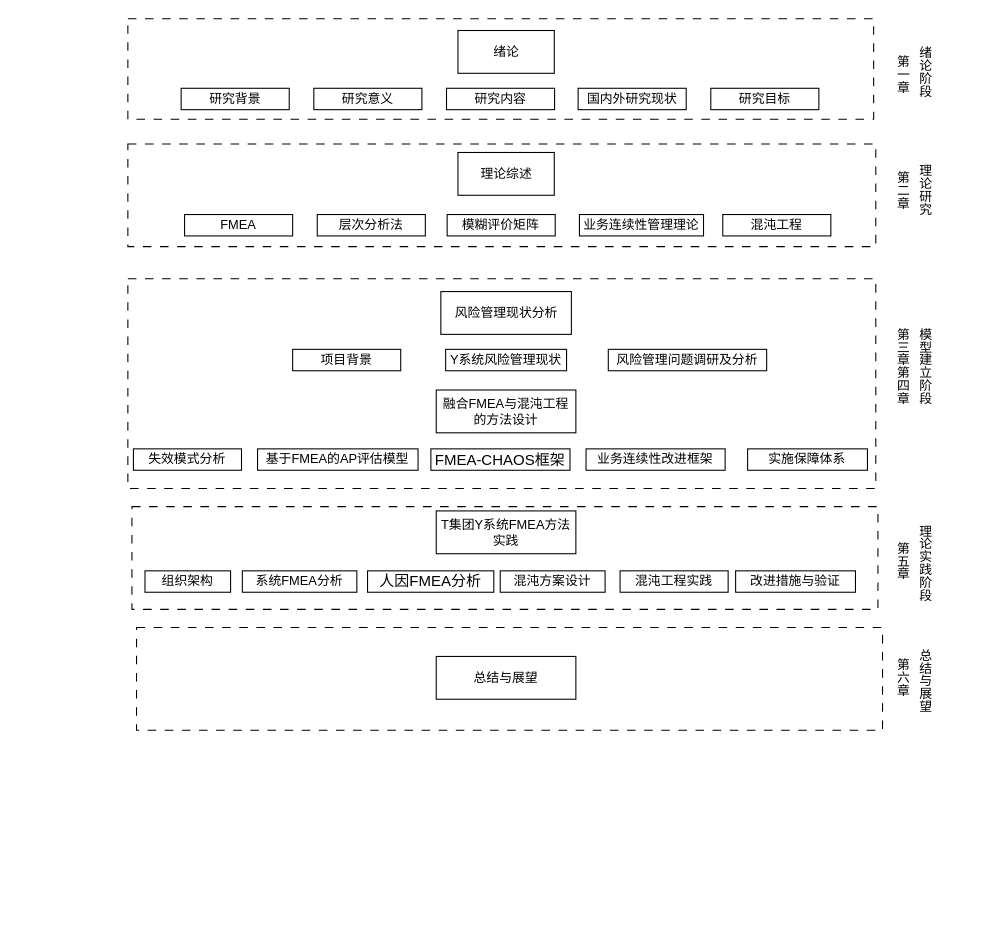
Earlier version of the draw.io diagram 论文内容结构图.drawio (89ao/rss2cubox). Source tidied: cells renumbered, new cells numbered last; positions are measured from the earlier drawing's top-left corner, leaving out a move shared by most shapes. Both pictures are drawn from the tidied source at 107%, with x=0, y=0 at pixel (127, 18).
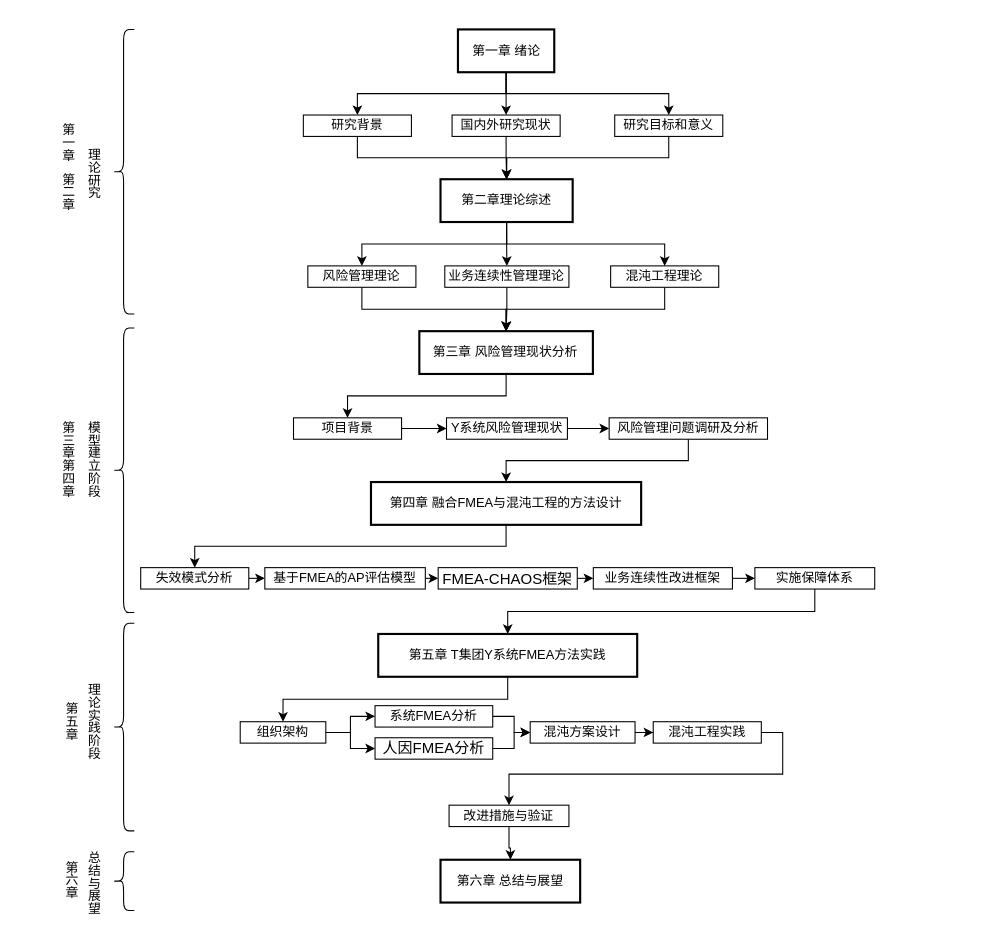
The same page after the edit.

Commit message (it also covers changes not shown here):
更新论文内容结构图.drawio

Diff of the diagram source:
```diff
@@
-    <mxCell id="2" style="verticalLabelPosition=bottom;verticalAlign=top;html=1;shape=mxgraph.basic.rect;fillColor2=none;strokeWidth=1;size=20;indent=5;dashed=1;dashPattern=8 8;" parent="1" vertex="1">
-      <mxGeometry x="8.1" y="569" width="697.2" height="96" as="geometry" />
-    </mxCell>
-    <mxCell id="3" style="verticalLabelPosition=bottom;verticalAlign=top;html=1;shape=mxgraph.basic.rect;fillColor2=none;strokeWidth=1;size=20;indent=5;dashed=1;dashPattern=8 8;" parent="1" vertex="1">
-      <mxGeometry x="3.8" y="456" width="697.2" height="96" as="geometry" />
-    </mxCell>
-    <mxCell id="4" style="verticalLabelPosition=bottom;verticalAlign=top;html=1;shape=mxgraph.basic.rect;fillColor2=none;strokeWidth=1;size=20;indent=5;dashed=1;dashPattern=8 8;" parent="1" vertex="1">
-      <mxGeometry y="243" width="699" height="196" as="geometry" />
-    </mxCell>
-    <mxCell id="5" style="verticalLabelPosition=bottom;verticalAlign=top;html=1;shape=mxgraph.basic.rect;fillColor2=none;strokeWidth=1;size=20;indent=5;dashed=1;dashPattern=8 8;" parent="1" vertex="1">
-      <mxGeometry y="117" width="699" height="96" as="geometry" />
-    </mxCell>
-    <mxCell id="6" style="verticalLabelPosition=bottom;verticalAlign=top;html=1;shape=mxgraph.basic.rect;fillColor2=none;strokeWidth=1;size=20;indent=5;dashed=1;dashPattern=8 8;" parent="1" vertex="1">
-      <mxGeometry width="697" height="94" as="geometry" />
-    </mxCell>
+    <mxCell id="47" style="edgeStyle=orthogonalEdgeStyle;rounded=0;jettySize=auto;html=1;exitX=0.5;exitY=1;exitDx=0;exitDy=0;entryX=0.5;entryY=0;entryDx=0;entryDy=0;" parent="1" edge="1" source="7" target="10">
+      <mxGeometry relative="1" as="geometry" />
+    </mxCell>
+    <mxCell id="48" style="edgeStyle=orthogonalEdgeStyle;rounded=0;jettySize=auto;html=1;exitX=0.5;exitY=1;exitDx=0;exitDy=0;entryX=0.5;entryY=0;entryDx=0;entryDy=0;" parent="1" edge="1" source="7" target="8">
+      <mxGeometry relative="1" as="geometry" />
+    </mxCell>
+    <mxCell id="49" style="edgeStyle=orthogonalEdgeStyle;rounded=0;jettySize=auto;html=1;exitX=0.5;exitY=1;exitDx=0;exitDy=0;entryX=0.5;entryY=0;entryDx=0;entryDy=0;" parent="1" edge="1" source="7" target="12">
+      <mxGeometry relative="1" as="geometry" />
+    </mxCell>
-    <mxCell id="7" value="绪论" style="rounded=0;whiteSpace=wrap;html=1;" parent="1" vertex="1">
-      <mxGeometry x="308.5" y="11" width="90" height="40" as="geometry" />
+    <mxCell id="7" value="第一章 绪论" style="rounded=0;whiteSpace=wrap;html=1;strokeWidth=2;" parent="1" vertex="1">
+      <mxGeometry x="308.5" y="10" width="90" height="40" as="geometry" />
     </mxCell>
+    <mxCell id="50" style="edgeStyle=orthogonalEdgeStyle;rounded=0;jettySize=auto;html=1;exitX=0.5;exitY=1;exitDx=0;exitDy=0;entryX=0.5;entryY=0;entryDx=0;entryDy=0;" parent="1" edge="1" source="8" target="23">
+      <mxGeometry relative="1" as="geometry" />
+    </mxCell>
     <mxCell id="8" value="研究背景" style="rounded=0;whiteSpace=wrap;html=1;" parent="1" vertex="1">
-      <mxGeometry x="49.8" y="65" width="101" height="20" as="geometry" />
+      <mxGeometry x="164" y="90" width="101" height="20" as="geometry" />
     </mxCell>
-    <mxCell id="9" value="研究意义" style="rounded=0;whiteSpace=wrap;html=1;" parent="1" vertex="1">
-      <mxGeometry x="173.8" y="65" width="101" height="20" as="geometry" />
-    </mxCell>
+    <mxCell id="51" style="edgeStyle=orthogonalEdgeStyle;rounded=0;jettySize=auto;html=1;exitX=0.5;exitY=1;exitDx=0;exitDy=0;entryX=0.5;entryY=0;entryDx=0;entryDy=0;" parent="1" edge="1" source="10" target="23">
+      <mxGeometry relative="1" as="geometry" />
+    </mxCell>
     <mxCell id="10" value="国内外研究现状" style="rounded=0;whiteSpace=wrap;html=1;" parent="1" vertex="1">
-      <mxGeometry x="420.8" y="65" width="101" height="20" as="geometry" />
+      <mxGeometry x="303" y="90" width="101" height="20" as="geometry" />
     </mxCell>
-    <mxCell id="11" value="研究内容" style="rounded=0;whiteSpace=wrap;html=1;" parent="1" vertex="1">
-      <mxGeometry x="297.8" y="65" width="101" height="20" as="geometry" />
-    </mxCell>
+    <mxCell id="52" style="edgeStyle=orthogonalEdgeStyle;rounded=0;jettySize=auto;html=1;exitX=0.5;exitY=1;exitDx=0;exitDy=0;entryX=0.5;entryY=0;entryDx=0;entryDy=0;" parent="1" edge="1" source="12" target="23">
+      <mxGeometry relative="1" as="geometry" />
+    </mxCell>
-    <mxCell id="12" value="研究目标" style="rounded=0;whiteSpace=wrap;html=1;" parent="1" vertex="1">
-      <mxGeometry x="544.8" y="65" width="101" height="20" as="geometry" />
+    <mxCell id="12" value="研究目标和意义" style="rounded=0;whiteSpace=wrap;html=1;" parent="1" vertex="1">
+      <mxGeometry x="455" y="90" width="101" height="20" as="geometry" />
     </mxCell>
     <mxCell id="13" value="第一章" style="text;html=1;align=center;verticalAlign=middle;strokeColor=none;fillColor=none;textDirection=vertical-lr;" parent="1" vertex="1">
-      <mxGeometry x="696" y="49" width="54" height="26" as="geometry" />
+      <mxGeometry x="-84" y="113" width="54" height="26" as="geometry" />
     </mxCell>
-    <mxCell id="14" value="绪论阶段" style="text;html=1;align=center;verticalAlign=middle;strokeColor=none;fillColor=none;textDirection=vertical-lr;" parent="1" vertex="1">
-      <mxGeometry x="711" y="47" width="66" height="26" as="geometry" />
-    </mxCell>
     <mxCell id="15" value="第二章" style="text;html=1;align=center;verticalAlign=middle;strokeColor=none;fillColor=none;textDirection=vertical-lr;" parent="1" vertex="1">
-      <mxGeometry x="696" y="158" width="54" height="26" as="geometry" />
+      <mxGeometry x="-84" y="159" width="54" height="26" as="geometry" />
     </mxCell>
     <mxCell id="16" value="理论研究" style="text;html=1;align=center;verticalAlign=middle;strokeColor=none;fillColor=none;textDirection=vertical-lr;" parent="1" vertex="1">
-      <mxGeometry x="711" y="157" width="66" height="26" as="geometry" />
+      <mxGeometry x="-66" y="142" width="66" height="26" as="geometry" />
     </mxCell>
     <mxCell id="17" value="第三章第四章" style="text;html=1;align=center;verticalAlign=middle;strokeColor=none;fillColor=none;textDirection=vertical-lr;" parent="1" vertex="1">
-      <mxGeometry x="678" y="322" width="90" height="26" as="geometry" />
+      <mxGeometry x="-102" y="409" width="90" height="26" as="geometry" />
     </mxCell>
     <mxCell id="18" value="模型建立阶段" style="text;html=1;align=center;verticalAlign=middle;strokeColor=none;fillColor=none;textDirection=vertical-lr;" parent="1" vertex="1">
-      <mxGeometry x="699" y="322" width="90" height="26" as="geometry" />
+      <mxGeometry x="-78" y="409" width="90" height="26" as="geometry" />
     </mxCell>
     <mxCell id="19" value="第六章" style="text;html=1;align=center;verticalAlign=middle;strokeColor=none;fillColor=none;textDirection=vertical-lr;" parent="1" vertex="1">
-      <mxGeometry x="696" y="613" width="54" height="26" as="geometry" />
+      <mxGeometry x="-81" y="802" width="54" height="26" as="geometry" />
     </mxCell>
     <mxCell id="20" value="总结与展望" style="text;html=1;align=center;verticalAlign=middle;strokeColor=none;fillColor=none;textDirection=vertical-lr;" parent="1" vertex="1">
-      <mxGeometry x="705" y="616" width="78" height="26" as="geometry" />
+      <mxGeometry x="-72" y="805" width="78" height="26" as="geometry" />
     </mxCell>
     <mxCell id="21" value="第五章" style="text;html=1;align=center;verticalAlign=middle;strokeColor=none;fillColor=none;textDirection=vertical-lr;" parent="1" vertex="1">
-      <mxGeometry x="696" y="504" width="54" height="26" as="geometry" />
+      <mxGeometry x="-81" y="654" width="54" height="26" as="geometry" />
     </mxCell>
     <mxCell id="22" value="理论实践阶段" style="text;html=1;align=center;verticalAlign=middle;strokeColor=none;fillColor=none;textDirection=vertical-lr;" parent="1" vertex="1">
-      <mxGeometry x="699" y="506" width="90" height="26" as="geometry" />
+      <mxGeometry x="-78" y="654" width="90" height="26" as="geometry" />
     </mxCell>
+    <mxCell id="53" style="edgeStyle=orthogonalEdgeStyle;rounded=0;jettySize=auto;html=1;exitX=0.5;exitY=1;exitDx=0;exitDy=0;" parent="1" edge="1" source="23" target="27">
+      <mxGeometry relative="1" as="geometry" />
+    </mxCell>
+    <mxCell id="54" style="edgeStyle=orthogonalEdgeStyle;rounded=0;jettySize=auto;html=1;exitX=0.5;exitY=1;exitDx=0;exitDy=0;entryX=0.5;entryY=0;entryDx=0;entryDy=0;" parent="1" edge="1" source="23" target="25">
+      <mxGeometry relative="1" as="geometry" />
+    </mxCell>
+    <mxCell id="55" style="edgeStyle=orthogonalEdgeStyle;rounded=0;jettySize=auto;html=1;exitX=0.5;exitY=1;exitDx=0;exitDy=0;entryX=0.5;entryY=0;entryDx=0;entryDy=0;" parent="1" edge="1" source="23" target="28">
+      <mxGeometry relative="1" as="geometry" />
+    </mxCell>
-    <mxCell id="23" value="理论综述" style="rounded=0;whiteSpace=wrap;html=1;" parent="1" vertex="1">
-      <mxGeometry x="308.5" y="125" width="90" height="40" as="geometry" />
+    <mxCell id="23" value="第二章理论综述" style="rounded=0;whiteSpace=wrap;html=1;strokeWidth=2;" parent="1" vertex="1">
+      <mxGeometry x="292.2" y="150" width="123.5" height="40" as="geometry" />
     </mxCell>
-    <mxCell id="24" value="FMEA" style="rounded=0;whiteSpace=wrap;html=1;" parent="1" vertex="1">
-      <mxGeometry x="53" y="183" width="101" height="20" as="geometry" />
-    </mxCell>
+    <mxCell id="56" style="edgeStyle=orthogonalEdgeStyle;rounded=0;jettySize=auto;html=1;exitX=0.5;exitY=1;exitDx=0;exitDy=0;entryX=0.5;entryY=0;entryDx=0;entryDy=0;" parent="1" edge="1" source="25" target="29">
+      <mxGeometry relative="1" as="geometry" />
+    </mxCell>
-    <mxCell id="25" value="层次分析法" style="rounded=0;whiteSpace=wrap;html=1;" parent="1" vertex="1">
-      <mxGeometry x="177" y="183" width="101" height="20" as="geometry" />
+    <mxCell id="25" value="风险管理理论" style="rounded=0;whiteSpace=wrap;html=1;" parent="1" vertex="1">
+      <mxGeometry x="168.2" y="231" width="101" height="20" as="geometry" />
     </mxCell>
-    <mxCell id="26" value="模糊评价矩阵" style="rounded=0;whiteSpace=wrap;html=1;" parent="1" vertex="1">
-      <mxGeometry x="298.4" y="183" width="101" height="20" as="geometry" />
-    </mxCell>
+    <mxCell id="57" style="edgeStyle=orthogonalEdgeStyle;rounded=0;jettySize=auto;html=1;exitX=0.5;exitY=1;exitDx=0;exitDy=0;" parent="1" edge="1" source="27" target="29">
+      <mxGeometry relative="1" as="geometry" />
+    </mxCell>
     <mxCell id="27" value="业务连续性管理理论" style="rounded=0;whiteSpace=wrap;html=1;" parent="1" vertex="1">
-      <mxGeometry x="422" y="183" width="116" height="20" as="geometry" />
+      <mxGeometry x="296.2" y="231" width="116" height="20" as="geometry" />
     </mxCell>
+    <mxCell id="58" style="edgeStyle=orthogonalEdgeStyle;rounded=0;jettySize=auto;html=1;exitX=0.5;exitY=1;exitDx=0;exitDy=0;" parent="1" edge="1" source="28" target="29">
+      <mxGeometry relative="1" as="geometry" />
+    </mxCell>
-    <mxCell id="28" value="混沌工程" style="rounded=0;whiteSpace=wrap;html=1;" parent="1" vertex="1">
-      <mxGeometry x="556" y="183" width="101" height="20" as="geometry" />
+    <mxCell id="28" value="混沌工程理论" style="rounded=0;whiteSpace=wrap;html=1;" parent="1" vertex="1">
+      <mxGeometry x="451.2" y="231" width="101" height="20" as="geometry" />
     </mxCell>
+    <mxCell id="59" style="edgeStyle=orthogonalEdgeStyle;rounded=0;jettySize=auto;html=1;exitX=0.5;exitY=1;exitDx=0;exitDy=0;" parent="1" edge="1" source="29" target="30">
+      <mxGeometry relative="1" as="geometry" />
+    </mxCell>
-    <mxCell id="29" value="风险管理现状分析" style="rounded=0;whiteSpace=wrap;html=1;" parent="1" vertex="1">
-      <mxGeometry x="292.5" y="255" width="122" height="40" as="geometry" />
+    <mxCell id="29" value="第三章 风险管理现状分析" style="rounded=0;whiteSpace=wrap;html=1;strokeWidth=2;" parent="1" vertex="1">
+      <mxGeometry x="272.4" y="292" width="162.2" height="40" as="geometry" />
     </mxCell>
+    <mxCell id="60" style="edgeStyle=orthogonalEdgeStyle;rounded=0;jettySize=auto;html=1;" parent="1" edge="1" source="30" target="31">
+      <mxGeometry relative="1" as="geometry" />
+    </mxCell>
     <mxCell id="30" value="项目背景" style="rounded=0;whiteSpace=wrap;html=1;" parent="1" vertex="1">
-      <mxGeometry x="154" y="309" width="101" height="20" as="geometry" />
+      <mxGeometry x="154.8" y="373" width="101" height="20" as="geometry" />
     </mxCell>
+    <mxCell id="61" style="edgeStyle=orthogonalEdgeStyle;rounded=0;jettySize=auto;html=1;" parent="1" edge="1" source="31" target="32">
+      <mxGeometry relative="1" as="geometry" />
+    </mxCell>
     <mxCell id="31" value="Y系统风险管理现状" style="rounded=0;whiteSpace=wrap;html=1;" parent="1" vertex="1">
-      <mxGeometry x="297" y="309" width="113" height="20" as="geometry" />
+      <mxGeometry x="297.8" y="373" width="113" height="20" as="geometry" />
     </mxCell>
+    <mxCell id="62" style="edgeStyle=orthogonalEdgeStyle;rounded=0;jettySize=auto;html=1;exitX=0.5;exitY=1;exitDx=0;exitDy=0;" parent="1" edge="1" source="32" target="33">
+      <mxGeometry relative="1" as="geometry" />
+    </mxCell>
     <mxCell id="32" value="风险管理问题调研及分析" style="rounded=0;whiteSpace=wrap;html=1;" parent="1" vertex="1">
-      <mxGeometry x="449" y="309" width="148" height="20" as="geometry" />
+      <mxGeometry x="449.8" y="373" width="148" height="20" as="geometry" />
     </mxCell>
+    <mxCell id="63" style="edgeStyle=orthogonalEdgeStyle;rounded=0;jettySize=auto;html=1;exitX=0.5;exitY=1;exitDx=0;exitDy=0;" parent="1" edge="1" source="33" target="34">
+      <mxGeometry relative="1" as="geometry" />
+    </mxCell>
-    <mxCell id="33" value="融合FMEA与混沌工程的方法设计" style="rounded=0;whiteSpace=wrap;html=1;" parent="1" vertex="1">
-      <mxGeometry x="288.2" y="347" width="130.5" height="40" as="geometry" />
+    <mxCell id="33" value="第四章 融合FMEA与混沌工程的方法设计" style="rounded=0;whiteSpace=wrap;html=1;strokeWidth=2;" parent="1" vertex="1">
+      <mxGeometry x="227.2" y="433" width="252.5" height="40" as="geometry" />
     </mxCell>
+    <mxCell id="64" style="edgeStyle=orthogonalEdgeStyle;rounded=0;jettySize=auto;html=1;exitX=1;exitY=0.5;exitDx=0;exitDy=0;entryX=0;entryY=0.5;entryDx=0;entryDy=0;" parent="1" edge="1" source="34" target="35">
+      <mxGeometry relative="1" as="geometry" />
+    </mxCell>
     <mxCell id="34" value="失效模式分析" style="rounded=0;whiteSpace=wrap;html=1;" parent="1" vertex="1">
-      <mxGeometry x="5.2" y="402" width="101" height="20" as="geometry" />
+      <mxGeometry x="12" y="513" width="101" height="20" as="geometry" />
     </mxCell>
+    <mxCell id="65" style="edgeStyle=orthogonalEdgeStyle;rounded=0;jettySize=auto;html=1;exitX=1;exitY=0.5;exitDx=0;exitDy=0;entryX=0;entryY=0.5;entryDx=0;entryDy=0;" parent="1" edge="1" source="35" target="37">
+      <mxGeometry relative="1" as="geometry" />
+    </mxCell>
     <mxCell id="35" value="基于FMEA的AP评估模型" style="rounded=0;whiteSpace=wrap;html=1;" parent="1" vertex="1">
-      <mxGeometry x="121.2" y="402" width="150" height="20" as="geometry" />
+      <mxGeometry x="128" y="513" width="150" height="20" as="geometry" />
     </mxCell>
+    <mxCell id="66" style="edgeStyle=orthogonalEdgeStyle;rounded=0;jettySize=auto;html=1;exitX=1;exitY=0.5;exitDx=0;exitDy=0;entryX=0;entryY=0.5;entryDx=0;entryDy=0;" parent="1" edge="1" source="36" target="38">
+      <mxGeometry relative="1" as="geometry" />
+    </mxCell>
     <mxCell id="36" value="业务连续性改进框架" style="rounded=0;whiteSpace=wrap;html=1;" parent="1" vertex="1">
-      <mxGeometry x="428.2" y="402" width="130" height="20" as="geometry" />
+      <mxGeometry x="435" y="513" width="130" height="20" as="geometry" />
     </mxCell>
+    <mxCell id="67" style="edgeStyle=orthogonalEdgeStyle;rounded=0;jettySize=auto;html=1;exitX=1;exitY=0.5;exitDx=0;exitDy=0;entryX=0;entryY=0.5;entryDx=0;entryDy=0;" parent="1" edge="1" source="37" target="36">
+      <mxGeometry relative="1" as="geometry" />
+    </mxCell>
     <mxCell id="37" value="&lt;span style=&quot;text-align: start; font-size: 10.5pt; font-family: 黑体;&quot; lang=&quot;EN-US&quot;&gt;FMEA-CHAOS&lt;/span&gt;&lt;span style=&quot;text-align: start; font-size: 10.5pt; font-family: 宋体;&quot;&gt;框架&lt;/span&gt;&lt;span style=&quot;font-size: medium; text-align: start;&quot;&gt;&lt;/span&gt;" style="rounded=0;whiteSpace=wrap;html=1;" parent="1" vertex="1">
-      <mxGeometry x="283.2" y="402" width="130" height="20" as="geometry" />
+      <mxGeometry x="290" y="513" width="130" height="20" as="geometry" />
     </mxCell>
+    <mxCell id="68" style="edgeStyle=orthogonalEdgeStyle;rounded=0;jettySize=auto;html=1;exitX=0.5;exitY=1;exitDx=0;exitDy=0;" parent="1" edge="1" source="38" target="39">
+      <mxGeometry relative="1" as="geometry" />
+    </mxCell>
     <mxCell id="38" value="实施保障体系" style="rounded=0;whiteSpace=wrap;html=1;" parent="1" vertex="1">
-      <mxGeometry x="579.2" y="402" width="112" height="20" as="geometry" />
+      <mxGeometry x="586" y="513" width="112" height="20" as="geometry" />
     </mxCell>
+    <mxCell id="69" style="edgeStyle=orthogonalEdgeStyle;rounded=0;jettySize=auto;html=1;exitX=0.5;exitY=1;exitDx=0;exitDy=0;entryX=0.5;entryY=0;entryDx=0;entryDy=0;" parent="1" edge="1" source="39" target="40">
+      <mxGeometry relative="1" as="geometry" />
+    </mxCell>
-    <mxCell id="39" value="T集团Y系统FMEA方法实践" style="rounded=0;whiteSpace=wrap;html=1;" parent="1" vertex="1">
-      <mxGeometry x="288.2" y="460" width="130.5" height="40" as="geometry" />
+    <mxCell id="39" value="第五章 T集团Y系统FMEA方法实践" style="rounded=0;whiteSpace=wrap;html=1;strokeWidth=2;" parent="1" vertex="1">
+      <mxGeometry x="234" y="575" width="242" height="40" as="geometry" />
     </mxCell>
+    <mxCell id="70" style="edgeStyle=orthogonalEdgeStyle;rounded=0;jettySize=auto;html=1;exitX=1;exitY=0.5;exitDx=0;exitDy=0;entryX=0;entryY=0.5;entryDx=0;entryDy=0;" parent="1" edge="1" source="40" target="41">
+      <mxGeometry relative="1" as="geometry" />
+    </mxCell>
+    <mxCell id="71" style="edgeStyle=orthogonalEdgeStyle;rounded=0;jettySize=auto;html=1;exitX=1;exitY=0.5;exitDx=0;exitDy=0;entryX=0;entryY=0.5;entryDx=0;entryDy=0;" parent="1" edge="1" source="40" target="43">
+      <mxGeometry relative="1" as="geometry" />
+    </mxCell>
     <mxCell id="40" value="组织架构" style="rounded=0;whiteSpace=wrap;html=1;" parent="1" vertex="1">
-      <mxGeometry x="16" y="516" width="80" height="20" as="geometry" />
+      <mxGeometry x="105" y="657" width="80" height="20" as="geometry" />
     </mxCell>
+    <mxCell id="72" style="edgeStyle=orthogonalEdgeStyle;rounded=0;jettySize=auto;html=1;" parent="1" edge="1" source="41" target="42">
+      <mxGeometry relative="1" as="geometry" />
+    </mxCell>
     <mxCell id="41" value="系统FMEA分析" style="rounded=0;whiteSpace=wrap;html=1;" parent="1" vertex="1">
-      <mxGeometry x="107" y="516" width="107" height="20" as="geometry" />
+      <mxGeometry x="231" y="642" width="110" height="20" as="geometry" />
     </mxCell>
+    <mxCell id="73" style="edgeStyle=orthogonalEdgeStyle;rounded=0;jettySize=auto;html=1;exitX=1;exitY=0.5;exitDx=0;exitDy=0;" parent="1" edge="1" source="42" target="44">
+      <mxGeometry relative="1" as="geometry" />
+    </mxCell>
     <mxCell id="42" value="混沌方案设计" style="rounded=0;whiteSpace=wrap;html=1;" parent="1" vertex="1">
-      <mxGeometry x="348" y="516" width="98" height="20" as="geometry" />
+      <mxGeometry x="376" y="657" width="98" height="20" as="geometry" />
     </mxCell>
+    <mxCell id="74" style="edgeStyle=orthogonalEdgeStyle;rounded=0;jettySize=auto;html=1;entryX=0;entryY=0.5;entryDx=0;entryDy=0;" parent="1" edge="1" source="43" target="42">
+      <mxGeometry relative="1" as="geometry" />
+    </mxCell>
     <mxCell id="43" value="&lt;div style=&quot;text-align: start;&quot;&gt;&lt;span style=&quot;background-color: transparent; color: light-dark(rgb(0, 0, 0), rgb(255, 255, 255)); font-size: 14px;&quot;&gt;&lt;font face=&quot;黑体&quot;&gt;人因FMEA分析&lt;/font&gt;&lt;/span&gt;&lt;/div&gt;" style="rounded=0;whiteSpace=wrap;html=1;" parent="1" vertex="1">
-      <mxGeometry x="224" y="516" width="118" height="20" as="geometry" />
+      <mxGeometry x="231" y="672" width="110" height="20" as="geometry" />
     </mxCell>
+    <mxCell id="75" style="edgeStyle=orthogonalEdgeStyle;rounded=0;jettySize=auto;html=1;exitX=1;exitY=0.5;exitDx=0;exitDy=0;entryX=0.5;entryY=0;entryDx=0;entryDy=0;" parent="1" edge="1" source="44" target="45">
+      <mxGeometry relative="1" as="geometry" />
+    </mxCell>
     <mxCell id="44" value="混沌工程实践" style="rounded=0;whiteSpace=wrap;html=1;" parent="1" vertex="1">
-      <mxGeometry x="460" y="516" width="101" height="20" as="geometry" />
+      <mxGeometry x="491" y="657" width="101" height="20" as="geometry" />
     </mxCell>
+    <mxCell id="76" style="edgeStyle=orthogonalEdgeStyle;rounded=0;jettySize=auto;html=1;exitX=0.5;exitY=1;exitDx=0;exitDy=0;" parent="1" edge="1" source="45" target="46">
+      <mxGeometry relative="1" as="geometry" />
+    </mxCell>
     <mxCell id="45" value="改进措施与验证" style="rounded=0;whiteSpace=wrap;html=1;" parent="1" vertex="1">
-      <mxGeometry x="568" y="516" width="112" height="20" as="geometry" />
+      <mxGeometry x="300.2" y="735" width="112" height="20" as="geometry" />
     </mxCell>
-    <mxCell id="46" value="总结与展望" style="rounded=0;whiteSpace=wrap;html=1;" parent="1" vertex="1">
-      <mxGeometry x="288.2" y="596" width="130.5" height="40" as="geometry" />
+    <mxCell id="46" value="第六章 总结与展望" style="rounded=0;whiteSpace=wrap;html=1;strokeWidth=2;" parent="1" vertex="1">
+      <mxGeometry x="292.2" y="786" width="130.5" height="40" as="geometry" />
     </mxCell>
+    <mxCell id="77" style="shape=curlyBracket;whiteSpace=wrap;html=1;rounded=1;labelPosition=left;verticalLabelPosition=middle;align=right;verticalAlign=middle;" parent="1" vertex="1">
+      <mxGeometry x="-14" y="10" width="20" height="266" as="geometry" />
+    </mxCell>
+    <mxCell id="78" style="shape=curlyBracket;whiteSpace=wrap;html=1;rounded=1;labelPosition=left;verticalLabelPosition=middle;align=right;verticalAlign=middle;" parent="1" vertex="1">
+      <mxGeometry x="-14" y="289" width="20" height="266" as="geometry" />
+    </mxCell>
+    <mxCell id="79" style="shape=curlyBracket;whiteSpace=wrap;html=1;rounded=1;labelPosition=left;verticalLabelPosition=middle;align=right;verticalAlign=middle;" parent="1" vertex="1">
+      <mxGeometry x="-14" y="565" width="20" height="194" as="geometry" />
+    </mxCell>
+    <mxCell id="80" style="shape=curlyBracket;whiteSpace=wrap;html=1;rounded=1;labelPosition=left;verticalLabelPosition=middle;align=right;verticalAlign=middle;" parent="1" vertex="1">
+      <mxGeometry x="-14" y="778.5" width="20" height="55" as="geometry" />
+    </mxCell>
```
